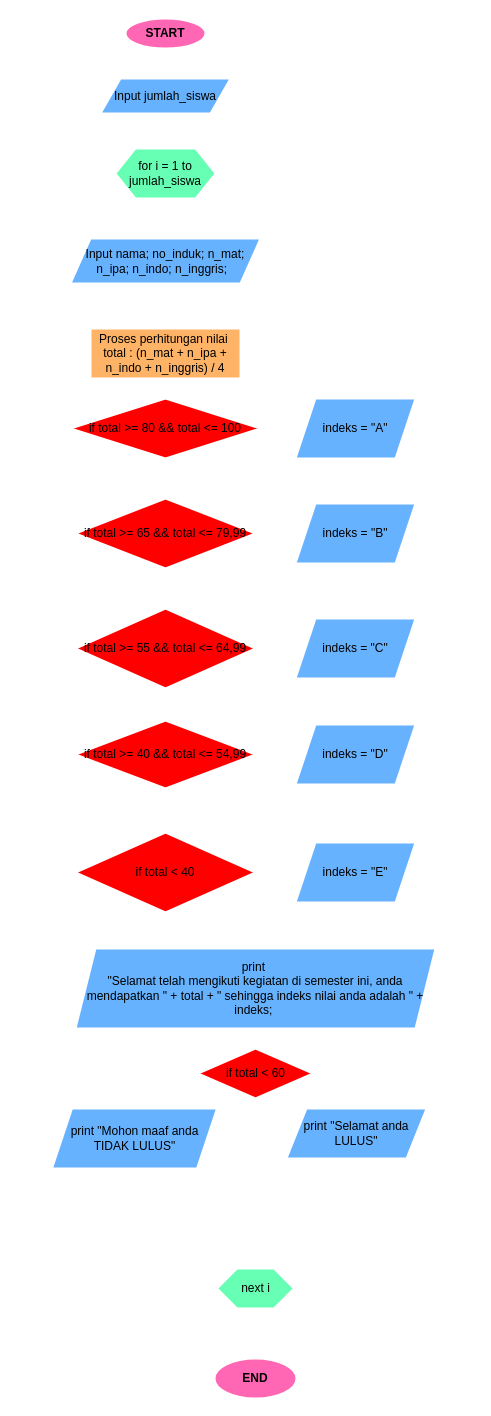
This is flowchart.drawio from JaozaHaqq/Jaoza_Haqquesda-Aplikasi_Rapor, a draw.io file, before an edit. Source tidied: cells renumbered, new cells numbered last; positions are measured from the earlier drawing's top-left corner, leaving out a move shared by most shapes. Both pictures are drawn from the tidied source at 100%, with x=0, y=0 at pixel (25, 18).
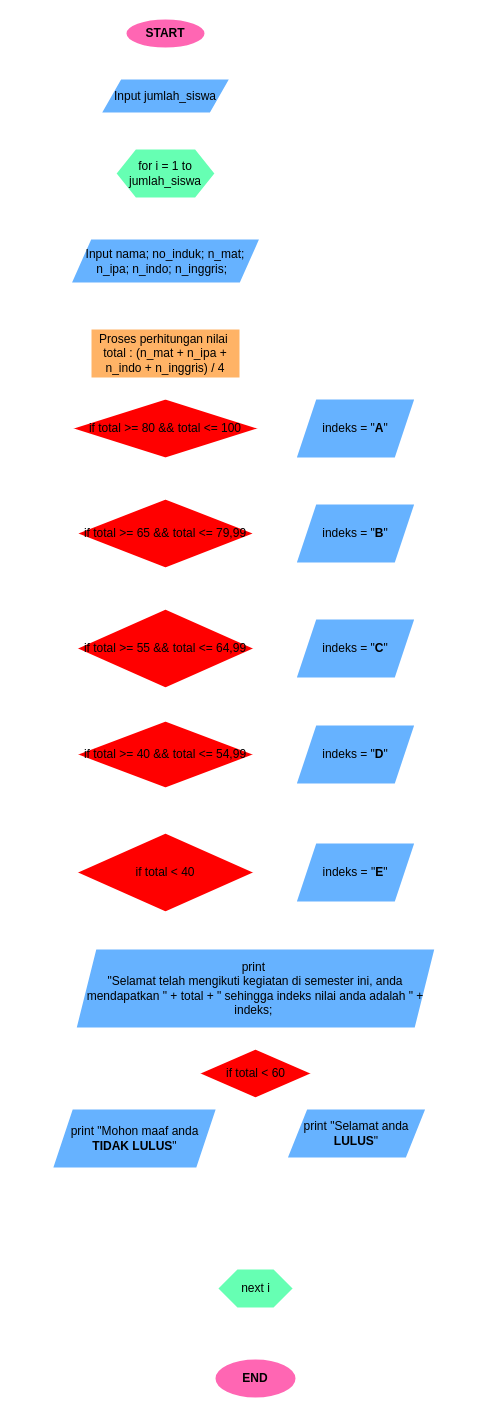
The same diagram, later.

Commit message:
feat: Revisi penulisan grade, lulus, dan tidak lulus

Change to the diagram source:
```diff
@@
-    <mxCell id="16" value="indeks = &quot;A&quot;" style="shape=parallelogram;perimeter=parallelogramPerimeter;whiteSpace=wrap;html=1;fixedSize=1;gradientDirection=radial;fillColor=#66B2FF;fontColor=#000000;strokeColor=#FFFFFF;strokeWidth=2;" parent="1" vertex="1">
+    <mxCell id="16" value="indeks = &quot;&lt;b&gt;A&lt;/b&gt;&quot;" style="shape=parallelogram;perimeter=parallelogramPerimeter;whiteSpace=wrap;html=1;fixedSize=1;gradientDirection=radial;fillColor=#66B2FF;fontColor=#000000;strokeColor=#FFFFFF;strokeWidth=2;" parent="1" vertex="1">
       <mxGeometry x="270" y="380" width="120" height="60" as="geometry" />
     </mxCell>
@@
-    <mxCell id="21" value="indeks = &quot;B&quot;" style="shape=parallelogram;perimeter=parallelogramPerimeter;whiteSpace=wrap;html=1;fixedSize=1;gradientDirection=radial;fillColor=#66B2FF;fontColor=#000000;strokeColor=#FFFFFF;strokeWidth=2;" parent="1" vertex="1">
+    <mxCell id="21" value="indeks = &quot;&lt;b&gt;B&lt;/b&gt;&quot;" style="shape=parallelogram;perimeter=parallelogramPerimeter;whiteSpace=wrap;html=1;fixedSize=1;gradientDirection=radial;fillColor=#66B2FF;fontColor=#000000;strokeColor=#FFFFFF;strokeWidth=2;" parent="1" vertex="1">
       <mxGeometry x="270" y="485" width="120" height="60" as="geometry" />
     </mxCell>
@@
-    <mxCell id="26" value="indeks = &quot;C&quot;" style="shape=parallelogram;perimeter=parallelogramPerimeter;whiteSpace=wrap;html=1;fixedSize=1;gradientDirection=radial;fillColor=#66B2FF;fontColor=#000000;strokeColor=#FFFFFF;strokeWidth=2;" parent="1" vertex="1">
+    <mxCell id="26" value="indeks = &quot;&lt;b&gt;C&lt;/b&gt;&quot;" style="shape=parallelogram;perimeter=parallelogramPerimeter;whiteSpace=wrap;html=1;fixedSize=1;gradientDirection=radial;fillColor=#66B2FF;fontColor=#000000;strokeColor=#FFFFFF;strokeWidth=2;" parent="1" vertex="1">
       <mxGeometry x="270" y="600" width="120" height="60" as="geometry" />
     </mxCell>
@@
-    <mxCell id="31" value="indeks = &quot;D&quot;" style="shape=parallelogram;perimeter=parallelogramPerimeter;whiteSpace=wrap;html=1;fixedSize=1;gradientDirection=radial;fillColor=#66B2FF;fontColor=#000000;strokeColor=#FFFFFF;strokeWidth=2;" parent="1" vertex="1">
+    <mxCell id="31" value="indeks = &quot;&lt;b&gt;D&lt;/b&gt;&quot;" style="shape=parallelogram;perimeter=parallelogramPerimeter;whiteSpace=wrap;html=1;fixedSize=1;gradientDirection=radial;fillColor=#66B2FF;fontColor=#000000;strokeColor=#FFFFFF;strokeWidth=2;" parent="1" vertex="1">
       <mxGeometry x="270" y="706" width="120" height="60" as="geometry" />
     </mxCell>
@@
-    <mxCell id="35" value="indeks = &quot;E&quot;" style="shape=parallelogram;perimeter=parallelogramPerimeter;whiteSpace=wrap;html=1;fixedSize=1;gradientDirection=radial;fillColor=#66B2FF;fontColor=#000000;strokeColor=#FFFFFF;strokeWidth=2;" parent="1" vertex="1">
+    <mxCell id="35" value="indeks = &quot;&lt;b&gt;E&lt;/b&gt;&quot;" style="shape=parallelogram;perimeter=parallelogramPerimeter;whiteSpace=wrap;html=1;fixedSize=1;gradientDirection=radial;fillColor=#66B2FF;fontColor=#000000;strokeColor=#FFFFFF;strokeWidth=2;" parent="1" vertex="1">
       <mxGeometry x="270" y="824" width="120" height="60" as="geometry" />
     </mxCell>
@@
-    <mxCell id="42" value="print &quot;Mohon maaf anda TIDAK LULUS&quot;" style="shape=parallelogram;perimeter=parallelogramPerimeter;whiteSpace=wrap;html=1;fixedSize=1;fontSize=12;gradientDirection=radial;fillColor=#66B2FF;fontColor=#000000;strokeColor=#FFFFFF;strokeWidth=2;" parent="1" vertex="1">
+    <mxCell id="42" value="print &quot;Mohon maaf anda &lt;b&gt;TIDAK LULUS&lt;/b&gt;&quot;" style="shape=parallelogram;perimeter=parallelogramPerimeter;whiteSpace=wrap;html=1;fixedSize=1;fontSize=12;gradientDirection=radial;fillColor=#66B2FF;fontColor=#000000;strokeColor=#FFFFFF;strokeWidth=2;" parent="1" vertex="1">
       <mxGeometry x="26.5" y="1090" width="165" height="60" as="geometry" />
     </mxCell>
@@
-    <mxCell id="44" value="print &quot;Selamat anda LULUS&quot;" style="shape=parallelogram;perimeter=parallelogramPerimeter;whiteSpace=wrap;html=1;fixedSize=1;fontSize=12;gradientDirection=radial;fillColor=#66B2FF;fontColor=#000000;strokeColor=#FFFFFF;strokeWidth=2;" parent="1" vertex="1">
+    <mxCell id="44" value="print &quot;Selamat anda &lt;b&gt;LULUS&lt;/b&gt;&quot;" style="shape=parallelogram;perimeter=parallelogramPerimeter;whiteSpace=wrap;html=1;fixedSize=1;fontSize=12;gradientDirection=radial;fillColor=#66B2FF;fontColor=#000000;strokeColor=#FFFFFF;strokeWidth=2;" parent="1" vertex="1">
       <mxGeometry x="261" y="1090" width="140" height="50" as="geometry" />
     </mxCell>
```
